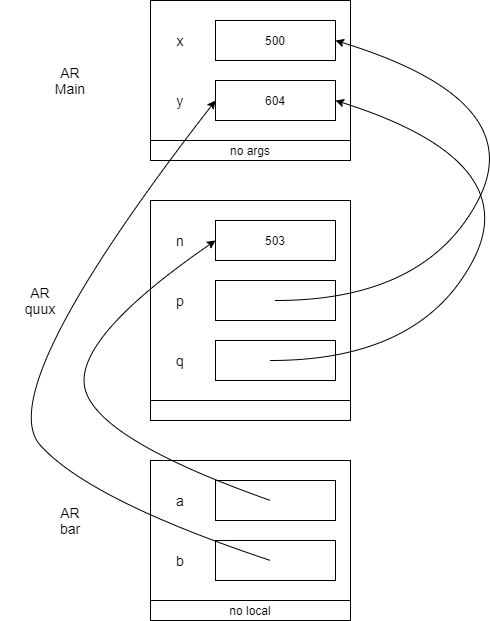
Earlier version of the draw.io export lab1exe_D2_diagram_export.png (meng-ucalgary/ensf-614-assignment-1). Source tidied: cells renumbered, new cells last; positions are measured from the earlier drawing's top-left corner, leaving out a move shared by most shapes. Source of this version:
```xml
<mxGraphModel>
  <root>
    <mxCell id="0" />
    <mxCell id="1" parent="0" />
    <mxCell id="2" style="rounded=0;whiteSpace=wrap;html=1;" parent="1" vertex="1">
      <mxGeometry x="160" width="200" height="160" as="geometry" />
    </mxCell>
    <mxCell id="3" style="rounded=0;whiteSpace=wrap;html=1;" parent="1" vertex="1">
      <mxGeometry x="160" y="200" width="200" height="220" as="geometry" />
    </mxCell>
    <mxCell id="4" value="500" style="rounded=0;whiteSpace=wrap;html=1;" parent="1" vertex="1">
      <mxGeometry x="225" y="20" width="120" height="40" as="geometry" />
    </mxCell>
    <mxCell id="5" value="604" style="rounded=0;whiteSpace=wrap;html=1;" parent="1" vertex="1">
      <mxGeometry x="225" y="80" width="120" height="40" as="geometry" />
    </mxCell>
    <mxCell id="6" value="503" style="rounded=0;whiteSpace=wrap;html=1;" parent="1" vertex="1">
      <mxGeometry x="225" y="220" width="120" height="40" as="geometry" />
    </mxCell>
    <mxCell id="7" style="endArrow=none;html=1;" parent="1" edge="1">
      <mxGeometry relative="1" as="geometry">
        <mxPoint x="160" y="140" as="sourcePoint" />
        <mxPoint x="360" y="140" as="targetPoint" />
      </mxGeometry>
    </mxCell>
    <mxCell id="8" style="endArrow=none;html=1;" parent="1" edge="1">
      <mxGeometry relative="1" as="geometry">
        <mxPoint x="160" y="400" as="sourcePoint" />
        <mxPoint x="360" y="400" as="targetPoint" />
      </mxGeometry>
    </mxCell>
    <mxCell id="9" value="x" style="text;html=1;strokeColor=none;fillColor=none;align=center;verticalAlign=middle;whiteSpace=wrap;rounded=0;fontSize=14;" parent="1" vertex="1">
      <mxGeometry x="170" y="30" width="40" height="20" as="geometry" />
    </mxCell>
    <mxCell id="10" value="y" style="text;html=1;strokeColor=none;fillColor=none;align=center;verticalAlign=middle;whiteSpace=wrap;rounded=0;fontSize=14;" parent="1" vertex="1">
      <mxGeometry x="170" y="90" width="40" height="20" as="geometry" />
    </mxCell>
    <mxCell id="11" value="no args" style="text;html=1;strokeColor=none;fillColor=none;align=center;verticalAlign=middle;whiteSpace=wrap;rounded=0;" parent="1" vertex="1">
      <mxGeometry x="215" y="140" width="90" height="20" as="geometry" />
    </mxCell>
    <mxCell id="12" value="AR&lt;br style=&quot;font-size: 14px;&quot;&gt;Main" style="text;html=1;strokeColor=none;fillColor=none;align=center;verticalAlign=middle;whiteSpace=wrap;rounded=0;fontSize=14;" parent="1" vertex="1">
      <mxGeometry x="40" y="60" width="80" height="40" as="geometry" />
    </mxCell>
    <mxCell id="13" value="AR&lt;br style=&quot;font-size: 14px;&quot;&gt;quux" style="text;html=1;strokeColor=none;fillColor=none;align=center;verticalAlign=middle;whiteSpace=wrap;rounded=0;fontSize=14;" parent="1" vertex="1">
      <mxGeometry x="10" y="280" width="80" height="40" as="geometry" />
    </mxCell>
    <mxCell id="14" value="AR&lt;br style=&quot;font-size: 14px;&quot;&gt;bar" style="text;html=1;strokeColor=none;fillColor=none;align=center;verticalAlign=middle;whiteSpace=wrap;rounded=0;fontSize=14;" parent="1" vertex="1">
      <mxGeometry x="40" y="500" width="80" height="40" as="geometry" />
    </mxCell>
    <mxCell id="15" value="n" style="text;html=1;strokeColor=none;fillColor=none;align=center;verticalAlign=middle;whiteSpace=wrap;rounded=0;fontSize=14;" parent="1" vertex="1">
      <mxGeometry x="170" y="230" width="40" height="20" as="geometry" />
    </mxCell>
    <mxCell id="16" style="rounded=0;whiteSpace=wrap;html=1;" parent="1" vertex="1">
      <mxGeometry x="225" y="280" width="120" height="40" as="geometry" />
    </mxCell>
    <mxCell id="17" style="rounded=0;whiteSpace=wrap;html=1;" parent="1" vertex="1">
      <mxGeometry x="225" y="340" width="120" height="40" as="geometry" />
    </mxCell>
    <mxCell id="18" value="p" style="text;html=1;strokeColor=none;fillColor=none;align=center;verticalAlign=middle;whiteSpace=wrap;rounded=0;fontSize=14;" parent="1" vertex="1">
      <mxGeometry x="170" y="290" width="40" height="20" as="geometry" />
    </mxCell>
    <mxCell id="19" value="q" style="text;html=1;strokeColor=none;fillColor=none;align=center;verticalAlign=middle;whiteSpace=wrap;rounded=0;fontSize=14;" parent="1" vertex="1">
      <mxGeometry x="170" y="350" width="40" height="20" as="geometry" />
    </mxCell>
    <mxCell id="20" style="rounded=0;whiteSpace=wrap;html=1;" parent="1" vertex="1">
      <mxGeometry x="160" y="460" width="200" height="160" as="geometry" />
    </mxCell>
    <mxCell id="21" style="rounded=0;whiteSpace=wrap;html=1;" parent="1" vertex="1">
      <mxGeometry x="225" y="480" width="120" height="40" as="geometry" />
    </mxCell>
    <mxCell id="22" style="rounded=0;whiteSpace=wrap;html=1;" parent="1" vertex="1">
      <mxGeometry x="225" y="540" width="120" height="40" as="geometry" />
    </mxCell>
    <mxCell id="23" style="endArrow=none;html=1;" parent="1" edge="1">
      <mxGeometry relative="1" as="geometry">
        <mxPoint x="160" y="600" as="sourcePoint" />
        <mxPoint x="360" y="600" as="targetPoint" />
      </mxGeometry>
    </mxCell>
    <mxCell id="24" value="a" style="text;html=1;strokeColor=none;fillColor=none;align=center;verticalAlign=middle;whiteSpace=wrap;rounded=0;fontSize=14;" parent="1" vertex="1">
      <mxGeometry x="170" y="490" width="40" height="20" as="geometry" />
    </mxCell>
    <mxCell id="25" value="b" style="text;html=1;strokeColor=none;fillColor=none;align=center;verticalAlign=middle;whiteSpace=wrap;rounded=0;fontSize=14;" parent="1" vertex="1">
      <mxGeometry x="170" y="550" width="40" height="20" as="geometry" />
    </mxCell>
    <mxCell id="26" value="no local" style="text;html=1;strokeColor=none;fillColor=none;align=center;verticalAlign=middle;whiteSpace=wrap;rounded=0;" parent="1" vertex="1">
      <mxGeometry x="215" y="600" width="90" height="20" as="geometry" />
    </mxCell>
    <mxCell id="27" style="curved=1;endArrow=classic;html=1;fontSize=14;entryX=1;entryY=0.5;entryDx=0;entryDy=0;" parent="1" edge="1" target="4">
      <mxGeometry relative="1" as="geometry">
        <mxPoint x="285" y="300" as="sourcePoint" />
        <Array as="points">
          <mxPoint x="435" y="300" />
          <mxPoint x="540" y="100" />
        </Array>
      </mxGeometry>
    </mxCell>
    <mxCell id="28" style="curved=1;endArrow=classic;html=1;fontSize=14;entryX=1;entryY=0.5;entryDx=0;entryDy=0;" parent="1" edge="1" target="5">
      <mxGeometry relative="1" as="geometry">
        <mxPoint x="280" y="360" as="sourcePoint" />
        <Array as="points">
          <mxPoint x="430" y="360" />
          <mxPoint x="535" y="160" />
        </Array>
      </mxGeometry>
    </mxCell>
    <mxCell id="29" style="curved=1;endArrow=classic;html=1;fontSize=14;entryX=0;entryY=0.5;entryDx=0;entryDy=0;" parent="1" edge="1" target="6">
      <mxGeometry relative="1" as="geometry">
        <mxPoint x="280" y="500" as="sourcePoint" />
        <Array as="points">
          <mxPoint x="110" y="440" />
          <mxPoint x="80" y="340" />
        </Array>
      </mxGeometry>
    </mxCell>
    <mxCell id="30" style="curved=1;endArrow=classic;html=1;fontSize=14;entryX=0;entryY=0.5;entryDx=0;entryDy=0;" parent="1" edge="1" target="5">
      <mxGeometry relative="1" as="geometry">
        <mxPoint x="280" y="560" as="sourcePoint" />
        <Array as="points">
          <mxPoint x="100" y="500" />
          <mxPoint y="390" />
        </Array>
      </mxGeometry>
    </mxCell>
  </root>
</mxGraphModel>
```
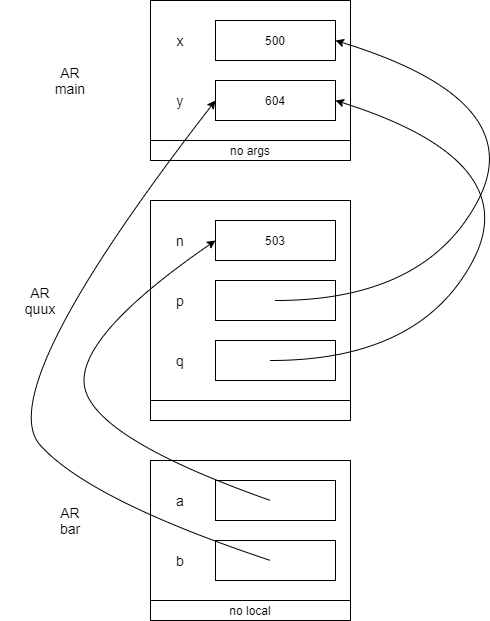
After the change.

Diff of the diagram source:
```diff
@@ -38,7 +38,7 @@
     <mxCell id="11" value="no args" style="text;html=1;strokeColor=none;fillColor=none;align=center;verticalAlign=middle;whiteSpace=wrap;rounded=0;" parent="1" vertex="1">
       <mxGeometry x="215" y="140" width="90" height="20" as="geometry" />
     </mxCell>
-    <mxCell id="12" value="AR&lt;br style=&quot;font-size: 14px;&quot;&gt;Main" style="text;html=1;strokeColor=none;fillColor=none;align=center;verticalAlign=middle;whiteSpace=wrap;rounded=0;fontSize=14;" parent="1" vertex="1">
+    <mxCell id="12" value="AR&lt;br style=&quot;font-size: 14px&quot;&gt;main" style="text;html=1;strokeColor=none;fillColor=none;align=center;verticalAlign=middle;whiteSpace=wrap;rounded=0;fontSize=14;" parent="1" vertex="1">
       <mxGeometry x="40" y="60" width="80" height="40" as="geometry" />
     </mxCell>
     <mxCell id="13" value="AR&lt;br style=&quot;font-size: 14px;&quot;&gt;quux" style="text;html=1;strokeColor=none;fillColor=none;align=center;verticalAlign=middle;whiteSpace=wrap;rounded=0;fontSize=14;" parent="1" vertex="1">
```
